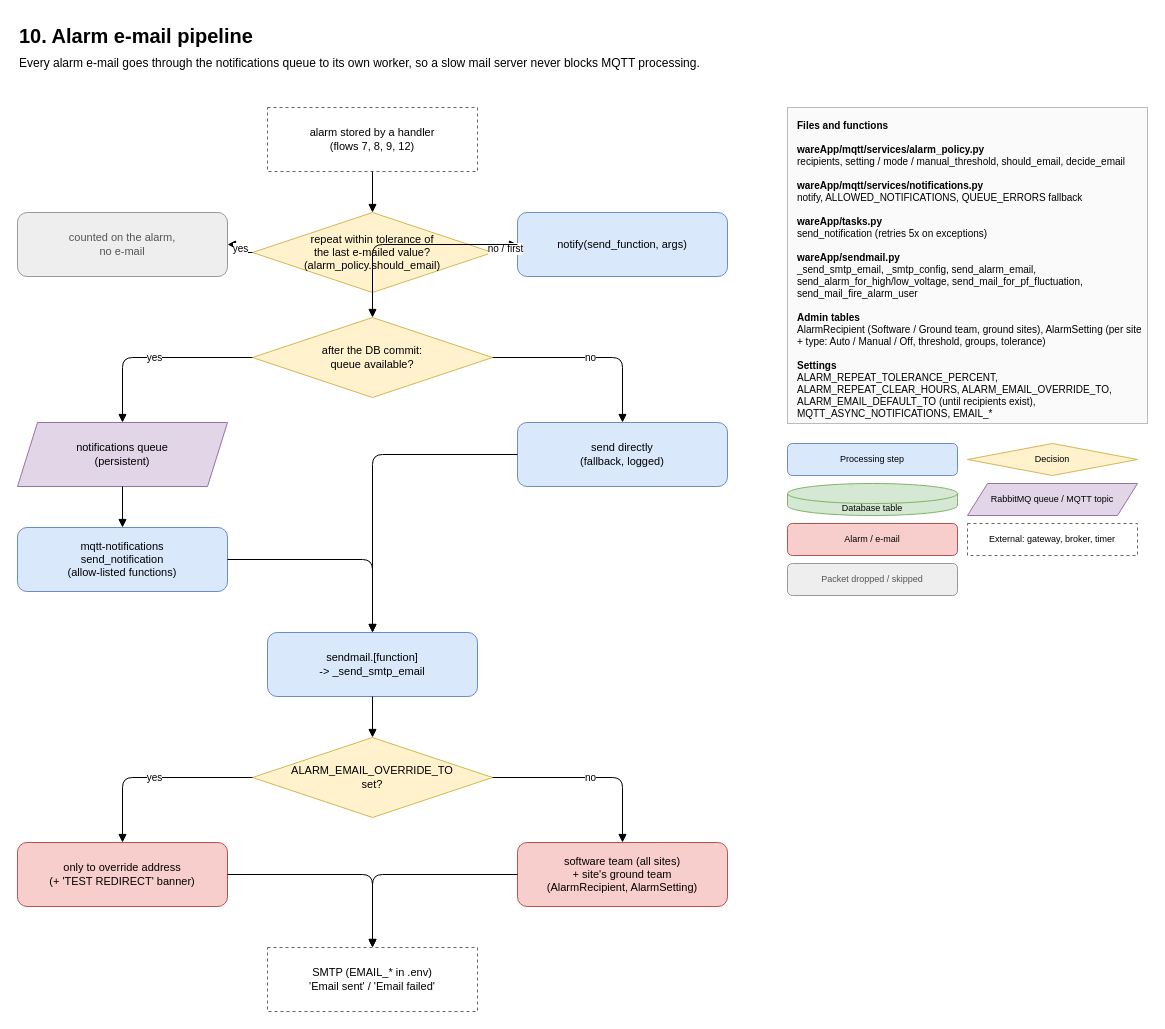
ashutoshdubey-aviconn/AVC-backend keeps this draw.io diagram as docs/mqtt-flows/drawio/10-alarm-email.drawio. Above is the earlier version. Source tidied: cells renumbered, new cells numbered last; positions are measured from the earlier drawing's top-left corner, leaving out a move shared by most shapes. Both pictures are drawn from the tidied source at 100%, with x=0, y=0 at pixel (17, 17).
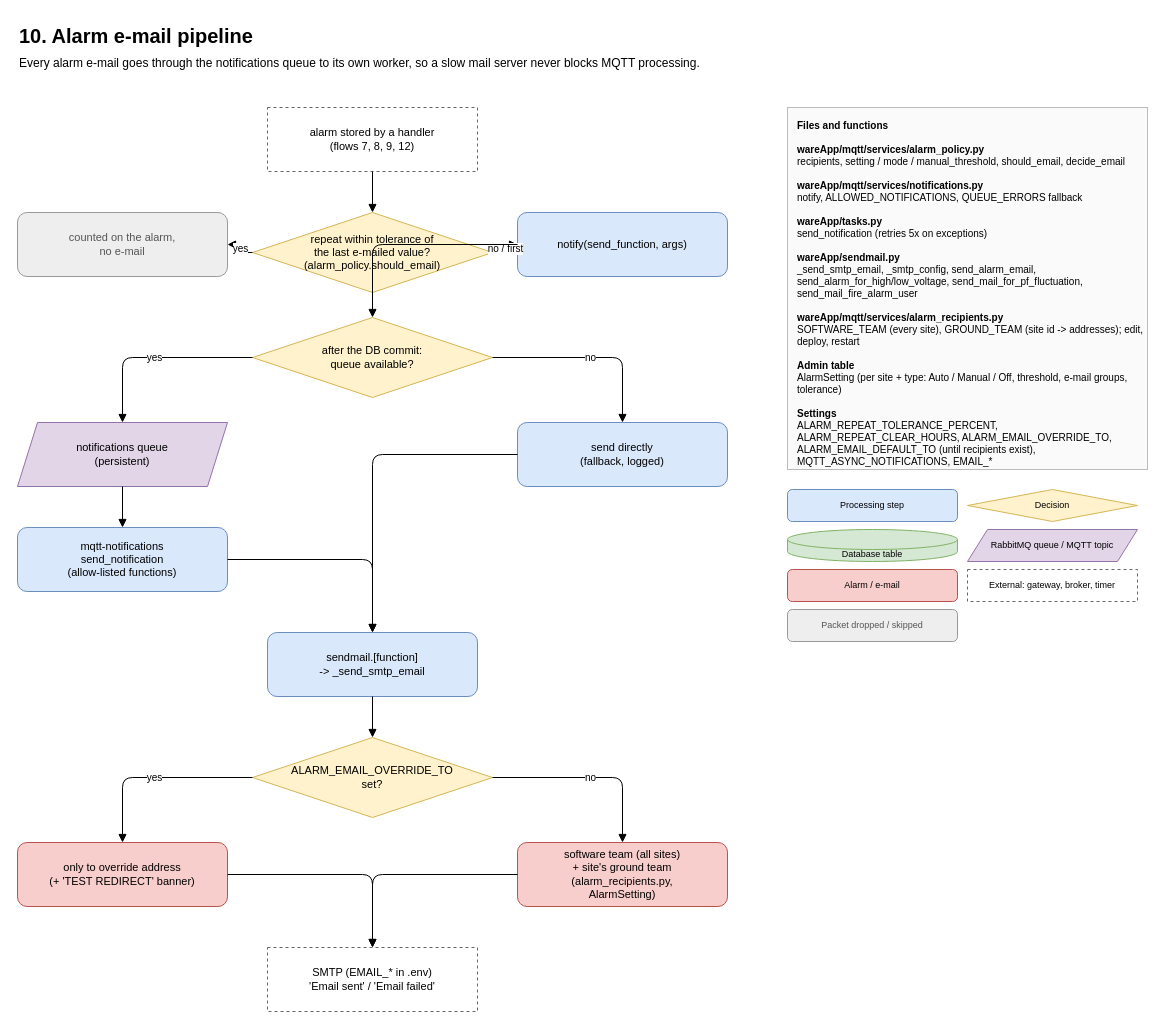
After the change.

Commit message (it also covers changes not shown here):
Alarm recipients come from wareApp/mqtt/services/alarm_recipients.py

Diff of the diagram source:
```diff
@@
-    <mxCell id="15" value="software team (all sites)&lt;br&gt;+ site's ground team&lt;br&gt;(AlarmRecipient, AlarmSetting)" style="rounded=1;whiteSpace=wrap;html=1;fillColor=#f8cecc;strokeColor=#b85450;fontSize=11;" parent="1" vertex="1">
+    <mxCell id="15" value="software team (all sites)&lt;br&gt;+ site's ground team&lt;br&gt;(alarm_recipients.py,&lt;br&gt;AlarmSetting)" style="rounded=1;whiteSpace=wrap;html=1;fillColor=#f8cecc;strokeColor=#b85450;fontSize=11;" parent="1" vertex="1">
       <mxGeometry x="500" y="825" width="210" height="64" as="geometry" />
     </mxCell>
@@
-    <mxCell id="31" value="&lt;b&gt;Files and functions&lt;/b&gt;&lt;br&gt;&lt;br&gt;&lt;b&gt;wareApp/mqtt/services/alarm_policy.py&lt;/b&gt;&lt;br&gt;recipients, setting / mode / manual_threshold, should_email, decide_email&lt;br&gt;&lt;br&gt;&lt;b&gt;wareApp/mqtt/services/notifications.py&lt;/b&gt;&lt;br&gt;notify, ALLOWED_NOTIFICATIONS, QUEUE_ERRORS fallback&lt;br&gt;&lt;br&gt;&lt;b&gt;wareApp/tasks.py&lt;/b&gt;&lt;br&gt;send_notification (retries 5x on exceptions)&lt;br&gt;&lt;br&gt;&lt;b&gt;wareApp/sendmail.py&lt;/b&gt;&lt;br&gt;_send_smtp_email, _smtp_config, send_alarm_email, send_alarm_for_high/low_voltage, send_mail_for_pf_fluctuation, send_mail_fire_alarm_user&lt;br&gt;&lt;br&gt;&lt;b&gt;Admin tables&lt;/b&gt;&lt;br&gt;AlarmRecipient (Software / Ground team, ground sites), AlarmSetting (per site + type: Auto / Manual / Off, threshold, groups, tolerance)&lt;br&gt;&lt;br&gt;&lt;b&gt;Settings&lt;/b&gt;&lt;br&gt;ALARM_REPEAT_TOLERANCE_PERCENT, ALARM_REPEAT_CLEAR_HOURS, ALARM_EMAIL_OVERRIDE_TO, ALARM_EMAIL_DEFAULT_TO (until recipients exist), MQTT_ASYNC_NOTIFICATIONS, EMAIL_*&lt;br&gt;&lt;br&gt;" style="rounded=0;whiteSpace=wrap;html=1;align=left;verticalAlign=top;spacingLeft=8;spacingTop=6;fillColor=#fafafa;strokeColor=#bbbbbb;fontSize=10;" parent="1" vertex="1">
-      <mxGeometry x="770" y="90" width="360" height="316" as="geometry" />
+    <mxCell id="31" value="&lt;b&gt;Files and functions&lt;/b&gt;&lt;br&gt;&lt;br&gt;&lt;b&gt;wareApp/mqtt/services/alarm_policy.py&lt;/b&gt;&lt;br&gt;recipients, setting / mode / manual_threshold, should_email, decide_email&lt;br&gt;&lt;br&gt;&lt;b&gt;wareApp/mqtt/services/notifications.py&lt;/b&gt;&lt;br&gt;notify, ALLOWED_NOTIFICATIONS, QUEUE_ERRORS fallback&lt;br&gt;&lt;br&gt;&lt;b&gt;wareApp/tasks.py&lt;/b&gt;&lt;br&gt;send_notification (retries 5x on exceptions)&lt;br&gt;&lt;br&gt;&lt;b&gt;wareApp/sendmail.py&lt;/b&gt;&lt;br&gt;_send_smtp_email, _smtp_config, send_alarm_email, send_alarm_for_high/low_voltage, send_mail_for_pf_fluctuation, send_mail_fire_alarm_user&lt;br&gt;&lt;br&gt;&lt;b&gt;wareApp/mqtt/services/alarm_recipients.py&lt;/b&gt;&lt;br&gt;SOFTWARE_TEAM (every site), GROUND_TEAM (site id -&amp;gt; addresses); edit, deploy, restart&lt;br&gt;&lt;br&gt;&lt;b&gt;Admin table&lt;/b&gt;&lt;br&gt;AlarmSetting (per site + type: Auto / Manual / Off, threshold, e-mail groups, tolerance)&lt;br&gt;&lt;br&gt;&lt;b&gt;Settings&lt;/b&gt;&lt;br&gt;ALARM_REPEAT_TOLERANCE_PERCENT, ALARM_REPEAT_CLEAR_HOURS, ALARM_EMAIL_OVERRIDE_TO, ALARM_EMAIL_DEFAULT_TO (until recipients exist), MQTT_ASYNC_NOTIFICATIONS, EMAIL_*&lt;br&gt;&lt;br&gt;" style="rounded=0;whiteSpace=wrap;html=1;align=left;verticalAlign=top;spacingLeft=8;spacingTop=6;fillColor=#fafafa;strokeColor=#bbbbbb;fontSize=10;" parent="1" vertex="1">
+      <mxGeometry x="770" y="90" width="360" height="362" as="geometry" />
     </mxCell>
     <mxCell id="32" value="Processing step" style="rounded=1;whiteSpace=wrap;html=1;fillColor=#dae8fc;strokeColor=#6c8ebf;fontSize=9;" parent="1" vertex="1">
-      <mxGeometry x="770" y="426" width="170" height="32" as="geometry" />
+      <mxGeometry x="770" y="472" width="170" height="32" as="geometry" />
     </mxCell>
     <mxCell id="33" value="Decision" style="rhombus;whiteSpace=wrap;html=1;fillColor=#fff2cc;strokeColor=#d6b656;fontSize=9;" parent="1" vertex="1">
-      <mxGeometry x="950" y="426" width="170" height="32" as="geometry" />
+      <mxGeometry x="950" y="472" width="170" height="32" as="geometry" />
     </mxCell>
     <mxCell id="34" value="Database table" style="shape=cylinder3;whiteSpace=wrap;html=1;boundedLbl=1;size=10;fillColor=#d5e8d4;strokeColor=#82b366;fontSize=9;" parent="1" vertex="1">
-      <mxGeometry x="770" y="466" width="170" height="32" as="geometry" />
+      <mxGeometry x="770" y="512" width="170" height="32" as="geometry" />
     </mxCell>
     <mxCell id="35" value="RabbitMQ queue / MQTT topic" style="shape=parallelogram;perimeter=parallelogramPerimeter;whiteSpace=wrap;html=1;fixedSize=1;fillColor=#e1d5e7;strokeColor=#9673a6;fontSize=9;" parent="1" vertex="1">
-      <mxGeometry x="950" y="466" width="170" height="32" as="geometry" />
+      <mxGeometry x="950" y="512" width="170" height="32" as="geometry" />
     </mxCell>
     <mxCell id="36" value="Alarm / e-mail" style="rounded=1;whiteSpace=wrap;html=1;fillColor=#f8cecc;strokeColor=#b85450;fontSize=9;" parent="1" vertex="1">
-      <mxGeometry x="770" y="506" width="170" height="32" as="geometry" />
+      <mxGeometry x="770" y="552" width="170" height="32" as="geometry" />
     </mxCell>
     <mxCell id="37" value="External: gateway, broker, timer" style="rounded=0;whiteSpace=wrap;html=1;dashed=1;fillColor=#ffffff;strokeColor=#666666;fontSize=9;" parent="1" vertex="1">
-      <mxGeometry x="950" y="506" width="170" height="32" as="geometry" />
+      <mxGeometry x="950" y="552" width="170" height="32" as="geometry" />
     </mxCell>
     <mxCell id="38" value="Packet dropped / skipped" style="rounded=1;whiteSpace=wrap;html=1;fillColor=#eeeeee;strokeColor=#999999;fontColor=#555555;fontSize=9;" parent="1" vertex="1">
-      <mxGeometry x="770" y="546" width="170" height="32" as="geometry" />
+      <mxGeometry x="770" y="592" width="170" height="32" as="geometry" />
     </mxCell>
```
